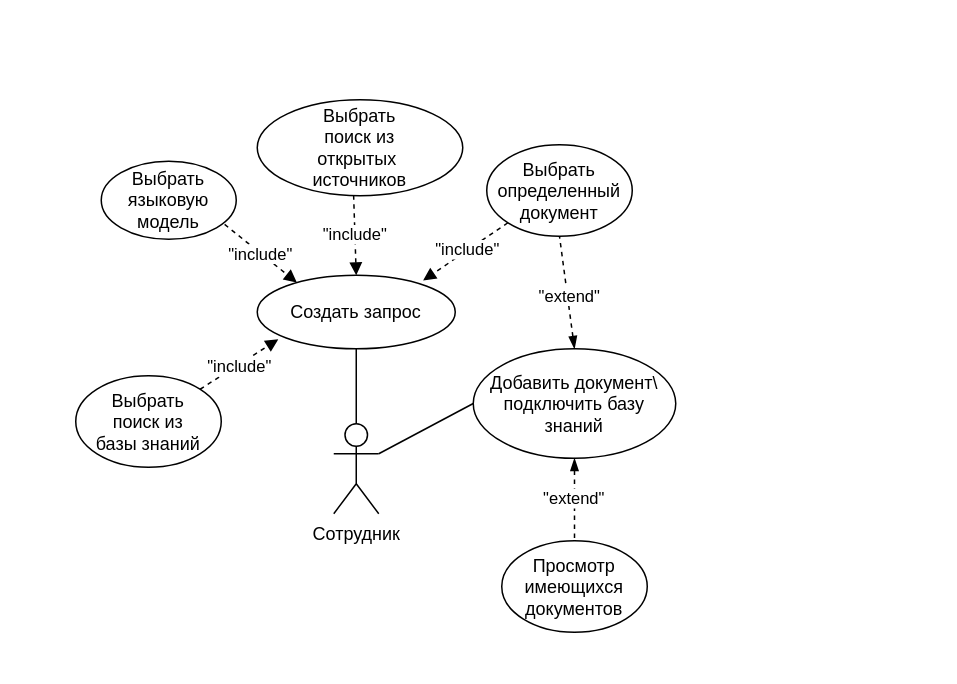
The draw.io diagram page "прецендентов" (1 of 2) of 4 FOURTH COURSE/Semester 8/Диплом/Диаграмма без названия.drawio in egorbeckish/Baccalaureate, before the edit. Source tidied: cells renumbered, new cells numbered last; positions are measured from the earlier drawing's top-left corner, leaving out a move shared by most shapes. Both pictures are drawn from the tidied source at 150%, with x=0, y=0 at pixel (75, 99).
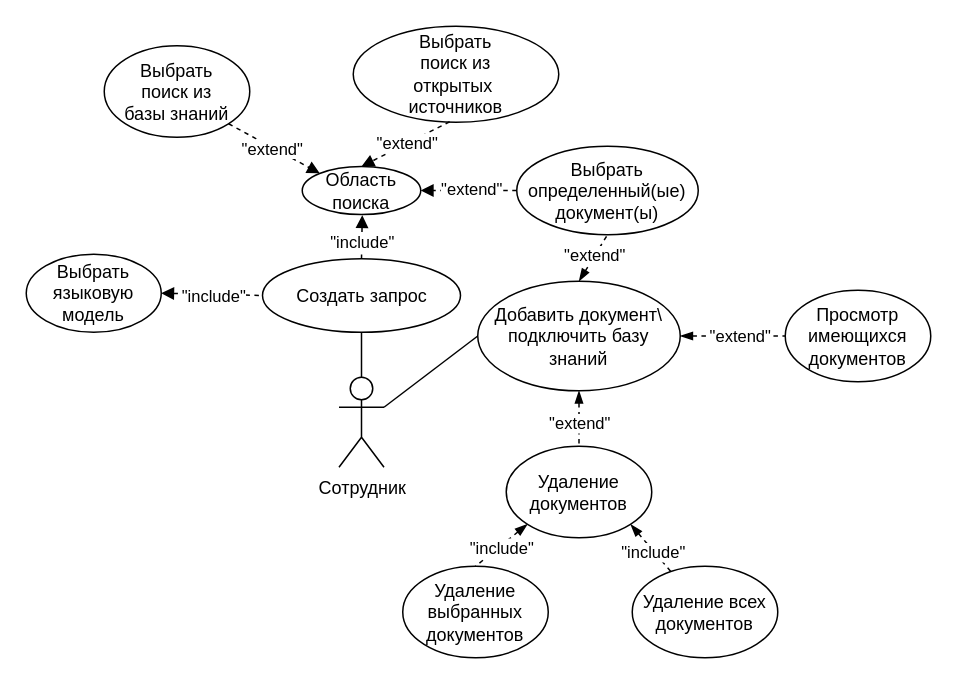
Above is the later version.

The change refers to these unchanged cells:
```xml
<mxCell id="10" style="endArrow=none;html=1;rounded=0;entryX=0.5;entryY=1;entryDx=0;entryDy=0;exitX=0.5;exitY=0;exitDx=0;exitDy=0;dashed=1;startArrow=blockThin;startFill=1;" parent="1" edge="1" source="8" target="9">
  <mxGeometry relative="1" as="geometry" />
</mxCell>
```

Diff of the diagram source:
```diff
@@
-<mxGraphModel>
+<mxGraphModel background="#ffffff">
@@
     <mxCell id="2" value="Сотрудник" style="shape=umlActor;verticalLabelPosition=bottom;verticalAlign=top;html=1;outlineConnect=0;" parent="1" vertex="1">
-      <mxGeometry x="172" y="216" width="30" height="60" as="geometry" />
+      <mxGeometry x="175.5" y="185" width="30" height="60" as="geometry" />
     </mxCell>
     <mxCell id="3" value="Создать запрос" style="ellipse;whiteSpace=wrap;html=1;" parent="1" vertex="1">
-      <mxGeometry x="121" y="117" width="132" height="49" as="geometry" />
+      <mxGeometry x="124.5" y="106" width="132" height="49" as="geometry" />
     </mxCell>
@@
     <mxCell id="5" value="Выбрать&lt;div&gt;языковую&lt;/div&gt;&lt;div&gt;модель&lt;/div&gt;" style="ellipse;whiteSpace=wrap;html=1;" parent="1" vertex="1">
-      <mxGeometry x="17" y="41" width="90" height="52" as="geometry" />
+      <mxGeometry x="-33" y="103" width="90" height="52" as="geometry" />
     </mxCell>
-    <mxCell id="6" style="endArrow=block;html=1;rounded=0;entryX=0.2;entryY=0.098;entryDx=0;entryDy=0;exitX=0.914;exitY=0.81;exitDx=0;exitDy=0;dashed=1;startArrow=none;startFill=0;entryPerimeter=0;endFill=1;exitPerimeter=0;" parent="1" edge="1" source="5" target="3">
+    <mxCell id="6" style="endArrow=none;html=1;rounded=0;exitX=1;exitY=0.5;exitDx=0;exitDy=0;dashed=1;startArrow=block;startFill=1;endFill=1;entryX=0;entryY=0.5;entryDx=0;entryDy=0;" parent="1" edge="1" source="5" target="3">
       <mxGeometry relative="1" as="geometry" />
     </mxCell>
     <mxCell id="7" value="&quot;include&quot;" style="edgeLabel;html=1;align=center;verticalAlign=middle;" parent="6" vertex="1">
-      <mxGeometry x="-0.04" y="-1" relative="1" as="geometry" />
+      <mxGeometry x="-0.04" y="-1" relative="1" as="geometry">
+        <mxPoint x="3" as="offset" />
+      </mxGeometry>
     </mxCell>
     <mxCell id="8" value="Добавить документ\&lt;div&gt;подключить базу знаний&lt;/div&gt;" style="ellipse;whiteSpace=wrap;html=1;" parent="1" vertex="1">
-      <mxGeometry x="265" y="166" width="135" height="73" as="geometry" />
+      <mxGeometry x="268" y="121" width="135" height="73" as="geometry" />
     </mxCell>
-    <mxCell id="9" value="Выбрать определенный документ" style="ellipse;whiteSpace=wrap;html=1;" parent="1" vertex="1">
-      <mxGeometry x="274" y="30" width="97" height="61" as="geometry" />
+    <mxCell id="9" value="Выбрать определенный(ые) документ(ы)" style="ellipse;whiteSpace=wrap;html=1;" parent="1" vertex="1">
+      <mxGeometry x="294" y="31" width="121" height="59" as="geometry" />
     </mxCell>
@@
     <mxCell id="11" value="&quot;extend&quot;" style="edgeLabel;html=1;align=center;verticalAlign=middle;" parent="10" vertex="1">
-      <mxGeometry x="-0.04" y="-1" relative="1" as="geometry" />
+      <mxGeometry x="-0.04" y="-1" relative="1" as="geometry">
+        <mxPoint y="-4" as="offset" />
+      </mxGeometry>
     </mxCell>
     <mxCell id="12" value="Просмотр имеющихся&lt;div&gt;документов&lt;/div&gt;" style="ellipse;whiteSpace=wrap;html=1;" parent="1" vertex="1">
-      <mxGeometry x="284" y="294" width="97" height="61" as="geometry" />
+      <mxGeometry x="473" y="127" width="97" height="61" as="geometry" />
     </mxCell>
-    <mxCell id="13" style="endArrow=none;html=1;rounded=0;exitX=0.5;exitY=1;exitDx=0;exitDy=0;dashed=1;startArrow=blockThin;startFill=1;entryX=0.5;entryY=0;entryDx=0;entryDy=0;" parent="1" edge="1" source="8" target="12">
+    <mxCell id="13" style="endArrow=none;html=1;rounded=0;exitX=1;exitY=0.5;exitDx=0;exitDy=0;dashed=1;startArrow=blockThin;startFill=1;entryX=0;entryY=0.5;entryDx=0;entryDy=0;" parent="1" edge="1" source="8" target="12">
       <mxGeometry relative="1" as="geometry" />
     </mxCell>
     <mxCell id="14" value="&quot;extend&quot;" style="edgeLabel;html=1;align=center;verticalAlign=middle;" parent="13" vertex="1">
-      <mxGeometry x="-0.04" y="-1" relative="1" as="geometry" />
+      <mxGeometry x="-0.04" y="-1" relative="1" as="geometry">
+        <mxPoint x="5" y="-1" as="offset" />
+      </mxGeometry>
     </mxCell>
@@
-    <mxCell id="16" style="endArrow=block;html=1;rounded=0;entryX=0.838;entryY=0.07;entryDx=0;entryDy=0;exitX=0;exitY=1;exitDx=0;exitDy=0;dashed=1;startArrow=none;startFill=0;entryPerimeter=0;endFill=1;" parent="1" edge="1" source="9" target="3">
+    <mxCell id="16" style="endArrow=block;html=1;rounded=0;exitX=0;exitY=0.5;exitDx=0;exitDy=0;dashed=1;startArrow=none;startFill=0;endFill=1;entryX=1;entryY=0.5;entryDx=0;entryDy=0;" parent="1" edge="1" source="9" target="33">
       <mxGeometry relative="1" as="geometry" />
     </mxCell>
-    <mxCell id="17" value="&quot;include&quot;" style="edgeLabel;html=1;align=center;verticalAlign=middle;" parent="16" vertex="1">
+    <mxCell id="17" value="&quot;extend&quot;" style="edgeLabel;html=1;align=center;verticalAlign=middle;" parent="16" vertex="1">
       <mxGeometry x="-0.04" y="-1" relative="1" as="geometry" />
     </mxCell>
     <mxCell id="18" value="Выбрать&lt;div&gt;поиск из&lt;/div&gt;&lt;div&gt;открытых&amp;nbsp;&lt;/div&gt;&lt;div&gt;источников&lt;/div&gt;" style="ellipse;whiteSpace=wrap;html=1;" parent="1" vertex="1">
-      <mxGeometry x="121" width="137" height="64" as="geometry" />
+      <mxGeometry x="185" y="-49" width="137" height="64" as="geometry" />
     </mxCell>
-    <mxCell id="19" style="endArrow=block;html=1;rounded=0;entryX=0.5;entryY=0;entryDx=0;entryDy=0;exitX=0.469;exitY=0.995;exitDx=0;exitDy=0;dashed=1;startArrow=none;startFill=0;endFill=1;exitPerimeter=0;" parent="1" edge="1" source="18" target="3">
+    <mxCell id="19" style="endArrow=block;html=1;rounded=0;exitX=0.469;exitY=0.995;exitDx=0;exitDy=0;dashed=1;startArrow=none;startFill=0;endFill=1;exitPerimeter=0;entryX=0.5;entryY=0;entryDx=0;entryDy=0;" parent="1" edge="1" source="18" target="33">
       <mxGeometry relative="1" as="geometry" />
     </mxCell>
-    <mxCell id="20" value="&quot;include&quot;" style="edgeLabel;html=1;align=center;verticalAlign=middle;" parent="19" vertex="1">
+    <mxCell id="20" value="&quot;extend&quot;" style="edgeLabel;html=1;align=center;verticalAlign=middle;" parent="19" vertex="1">
       <mxGeometry x="-0.04" y="-1" relative="1" as="geometry" />
     </mxCell>
     <mxCell id="21" value="Выбрать&lt;div&gt;поиск из&lt;/div&gt;&lt;div&gt;базы знаний&lt;/div&gt;" style="ellipse;whiteSpace=wrap;html=1;" parent="1" vertex="1">
-      <mxGeometry y="184" width="97" height="61" as="geometry" />
+      <mxGeometry x="19" y="-36" width="97" height="61" as="geometry" />
     </mxCell>
-    <mxCell id="22" style="endArrow=block;html=1;rounded=0;entryX=0.106;entryY=0.872;entryDx=0;entryDy=0;exitX=1;exitY=0;exitDx=0;exitDy=0;dashed=1;startArrow=none;startFill=0;entryPerimeter=0;endFill=1;" parent="1" edge="1" source="21" target="3">
+    <mxCell id="22" style="endArrow=block;html=1;rounded=0;exitX=1;exitY=1;exitDx=0;exitDy=0;dashed=1;startArrow=none;startFill=0;endFill=1;entryX=0;entryY=0;entryDx=0;entryDy=0;" parent="1" edge="1" source="21" target="33">
       <mxGeometry relative="1" as="geometry" />
     </mxCell>
-    <mxCell id="23" value="&quot;include&quot;" style="edgeLabel;html=1;align=center;verticalAlign=middle;" parent="22" vertex="1">
+    <mxCell id="23" value="&quot;extend&quot;" style="edgeLabel;html=1;align=center;verticalAlign=middle;" parent="22" vertex="1">
       <mxGeometry x="-0.04" y="-1" relative="1" as="geometry" />
     </mxCell>
+    <mxCell id="24" value="Удаление&lt;div&gt;документов&lt;/div&gt;" style="ellipse;whiteSpace=wrap;html=1;" parent="1" vertex="1">
+      <mxGeometry x="287" y="231" width="97" height="61" as="geometry" />
+    </mxCell>
+    <mxCell id="25" style="endArrow=none;html=1;rounded=0;exitX=0.5;exitY=1;exitDx=0;exitDy=0;dashed=1;startArrow=blockThin;startFill=1;entryX=0.5;entryY=0;entryDx=0;entryDy=0;" parent="1" edge="1" source="8" target="24">
+      <mxGeometry relative="1" as="geometry" />
+    </mxCell>
+    <mxCell id="26" value="&quot;extend&quot;" style="edgeLabel;html=1;align=center;verticalAlign=middle;" parent="25" vertex="1">
+      <mxGeometry x="-0.04" y="-1" relative="1" as="geometry">
+        <mxPoint x="1" y="3" as="offset" />
+      </mxGeometry>
+    </mxCell>
+    <mxCell id="27" value="Удаление&lt;div&gt;выбранных&lt;/div&gt;&lt;div&gt;документов&lt;/div&gt;" style="ellipse;whiteSpace=wrap;html=1;" parent="1" vertex="1">
+      <mxGeometry x="218" y="311" width="97" height="61" as="geometry" />
+    </mxCell>
+    <mxCell id="28" value="Удаление всех&lt;div&gt;документов&lt;/div&gt;" style="ellipse;whiteSpace=wrap;html=1;" parent="1" vertex="1">
+      <mxGeometry x="371" y="311" width="97" height="61" as="geometry" />
+    </mxCell>
+    <mxCell id="29" style="endArrow=none;html=1;rounded=0;entryX=0.5;entryY=0;entryDx=0;entryDy=0;exitX=0;exitY=1;exitDx=0;exitDy=0;dashed=1;startArrow=blockThin;startFill=1;endFill=1;" parent="1" edge="1" source="24" target="27">
+      <mxGeometry relative="1" as="geometry" />
+    </mxCell>
+    <mxCell id="30" value="&quot;include&quot;" style="edgeLabel;html=1;align=center;verticalAlign=middle;" parent="29" vertex="1">
+      <mxGeometry x="-0.04" y="-1" relative="1" as="geometry">
+        <mxPoint x="-1" y="3" as="offset" />
+      </mxGeometry>
+    </mxCell>
+    <mxCell id="31" style="endArrow=none;html=1;rounded=0;exitX=1;exitY=1;exitDx=0;exitDy=0;dashed=1;startArrow=blockThin;startFill=1;endFill=1;" parent="1" edge="1" source="24" target="28">
+      <mxGeometry relative="1" as="geometry" />
+    </mxCell>
+    <mxCell id="32" value="&quot;include&quot;" style="edgeLabel;html=1;align=center;verticalAlign=middle;" parent="31" vertex="1">
+      <mxGeometry x="-0.04" y="-1" relative="1" as="geometry">
+        <mxPoint x="2" y="3" as="offset" />
+      </mxGeometry>
+    </mxCell>
+    <mxCell id="33" value="Область&lt;div&gt;поиска&lt;/div&gt;" style="ellipse;whiteSpace=wrap;html=1;" parent="1" vertex="1">
+      <mxGeometry x="151" y="44.5" width="79" height="32" as="geometry" />
+    </mxCell>
+    <mxCell id="34" style="endArrow=none;html=1;rounded=0;dashed=1;startArrow=block;startFill=1;entryX=0.5;entryY=0;entryDx=0;entryDy=0;endFill=1;" parent="1" edge="1" target="3">
+      <mxGeometry relative="1" as="geometry">
+        <mxPoint x="191" y="77" as="sourcePoint" />
+      </mxGeometry>
+    </mxCell>
+    <mxCell id="35" value="&quot;include&quot;" style="edgeLabel;html=1;align=center;verticalAlign=middle;" parent="34" vertex="1">
+      <mxGeometry x="-0.04" y="-1" relative="1" as="geometry">
+        <mxPoint x="1" y="4" as="offset" />
+      </mxGeometry>
+    </mxCell>
```
